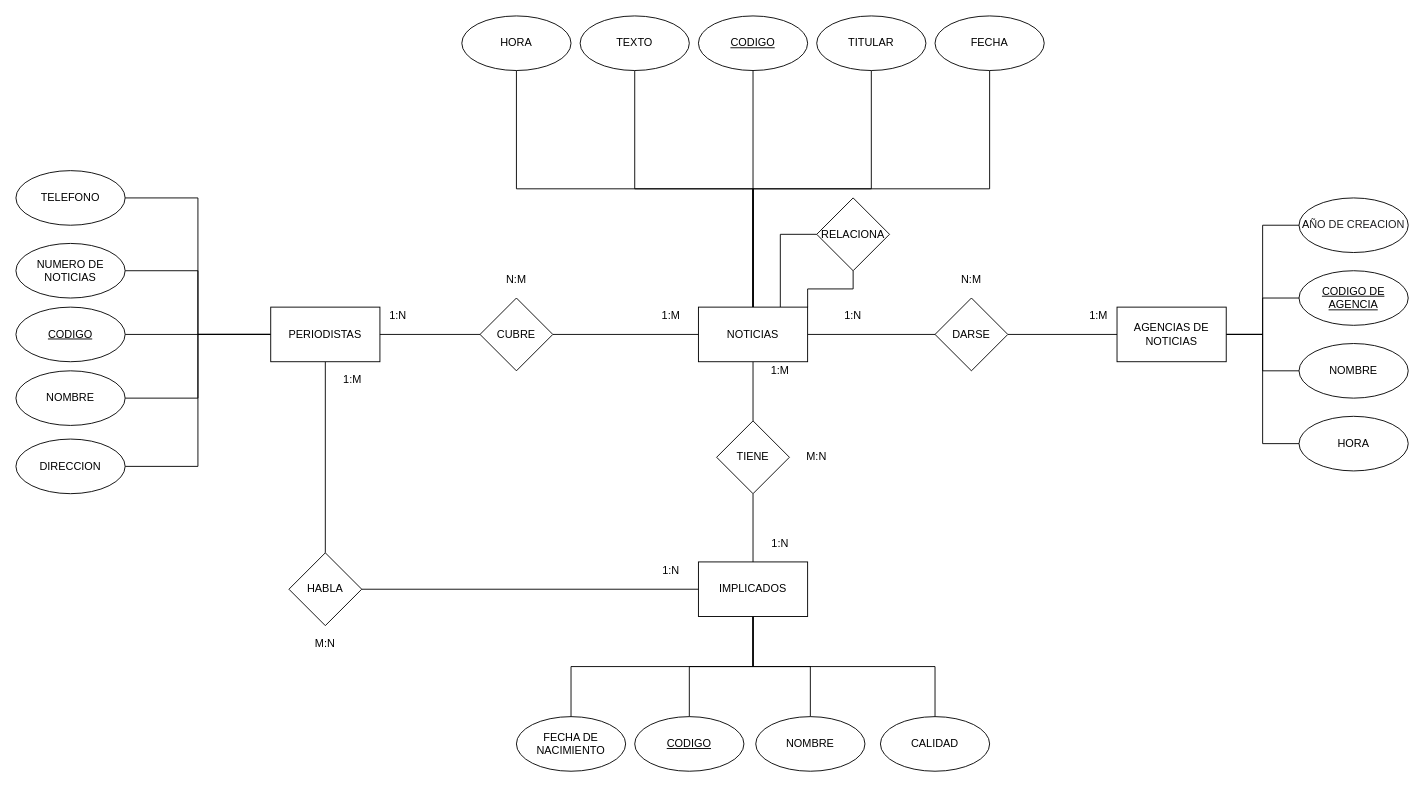
christiansierra/2020-1 keeps this draw.io diagram as exam.drawio. Above is the earlier version. Source tidied: cells renumbered, new cells numbered last; positions are measured from the earlier drawing's top-left corner, leaving out a move shared by most shapes. Both pictures are drawn from the tidied source at 91%, with x=0, y=0 at pixel (15, 15).
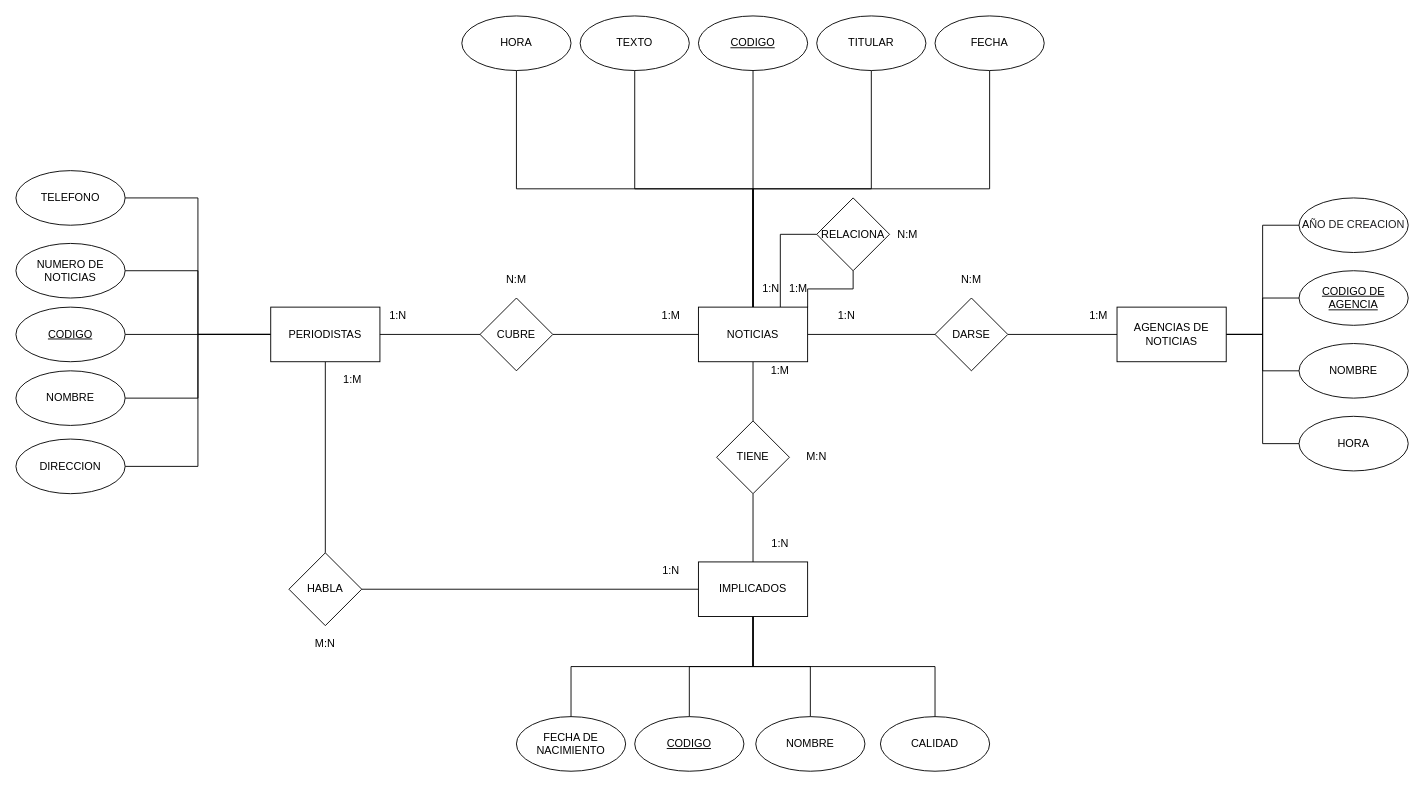
The same page after the edit.

The edit, as a diff of the source:
```diff
@@
     <mxCell id="67" value="1:N" style="text;html=1;strokeColor=none;fillColor=none;align=center;verticalAlign=middle;whiteSpace=wrap;rounded=0;" parent="1" vertex="1">
-      <mxGeometry x="900" y="320" width="40" height="20" as="geometry" />
+      <mxGeometry x="893" y="320" width="40" height="20" as="geometry" />
     </mxCell>
@@
+    <mxCell id="69" value="N:M" style="text;html=1;strokeColor=none;fillColor=none;align=center;verticalAlign=middle;whiteSpace=wrap;rounded=0;" parent="1" vertex="1">
+      <mxGeometry x="960" y="230" width="40" height="20" as="geometry" />
+    </mxCell>
+    <mxCell id="70" value="1:N" style="text;html=1;strokeColor=none;fillColor=none;align=center;verticalAlign=middle;whiteSpace=wrap;rounded=0;" parent="1" vertex="1">
+      <mxGeometry x="810" y="290" width="40" height="20" as="geometry" />
+    </mxCell>
+    <mxCell id="71" value="1:M" style="text;html=1;strokeColor=none;fillColor=none;align=center;verticalAlign=middle;whiteSpace=wrap;rounded=0;" parent="1" vertex="1">
+      <mxGeometry x="840" y="290" width="40" height="20" as="geometry" />
+    </mxCell>
```
